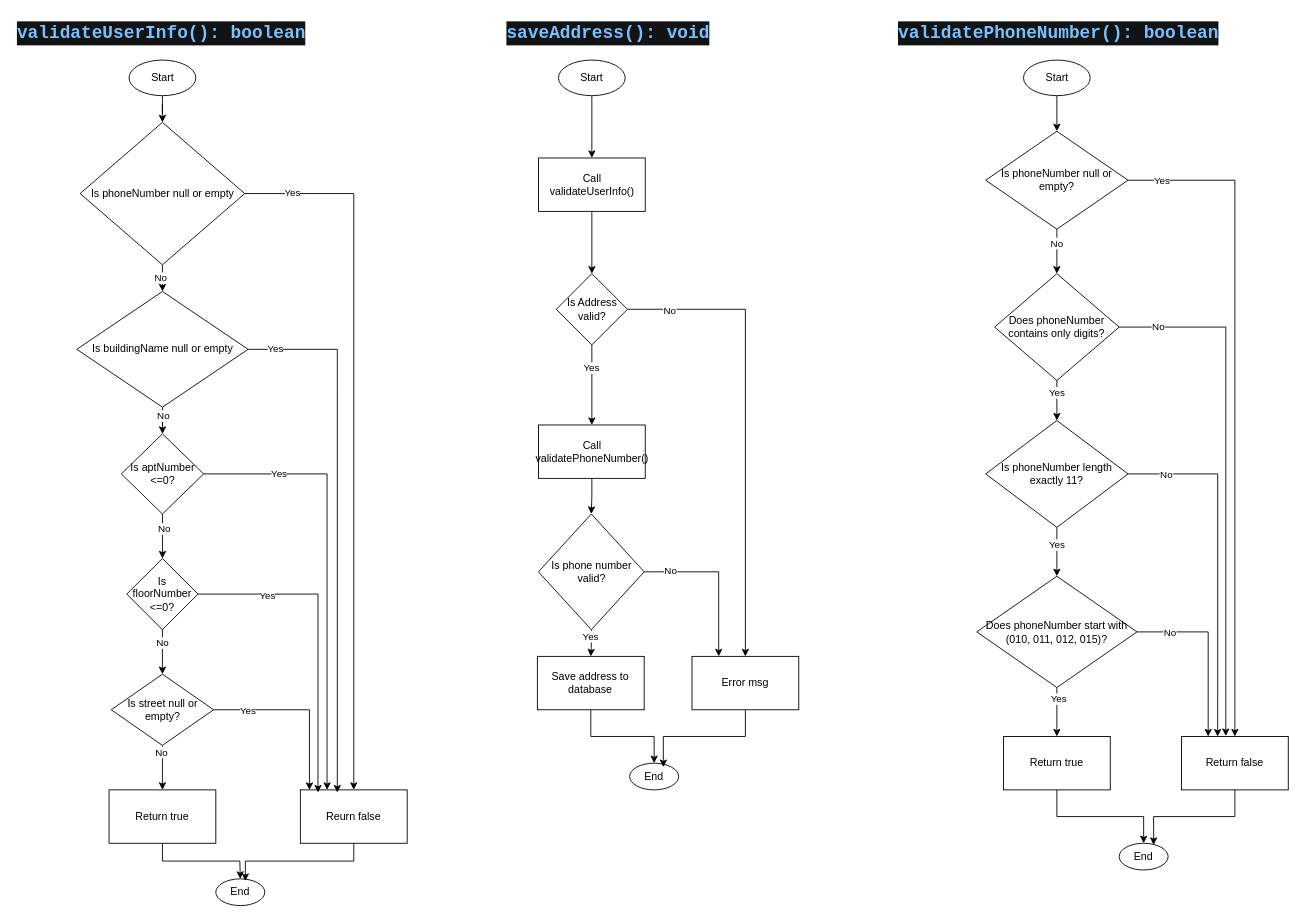
YousefFawzy2222/QA-Workshop keeps this draw.io diagram as designs/flow-charts/FA-FC-Address.drawio. Above is the earlier version. Source tidied: cells renumbered, new cells numbered last; positions are measured from the earlier drawing's top-left corner, leaving out a move shared by most shapes. Both pictures are drawn from the tidied source at 89%, with x=0, y=0 at pixel (15, 15).
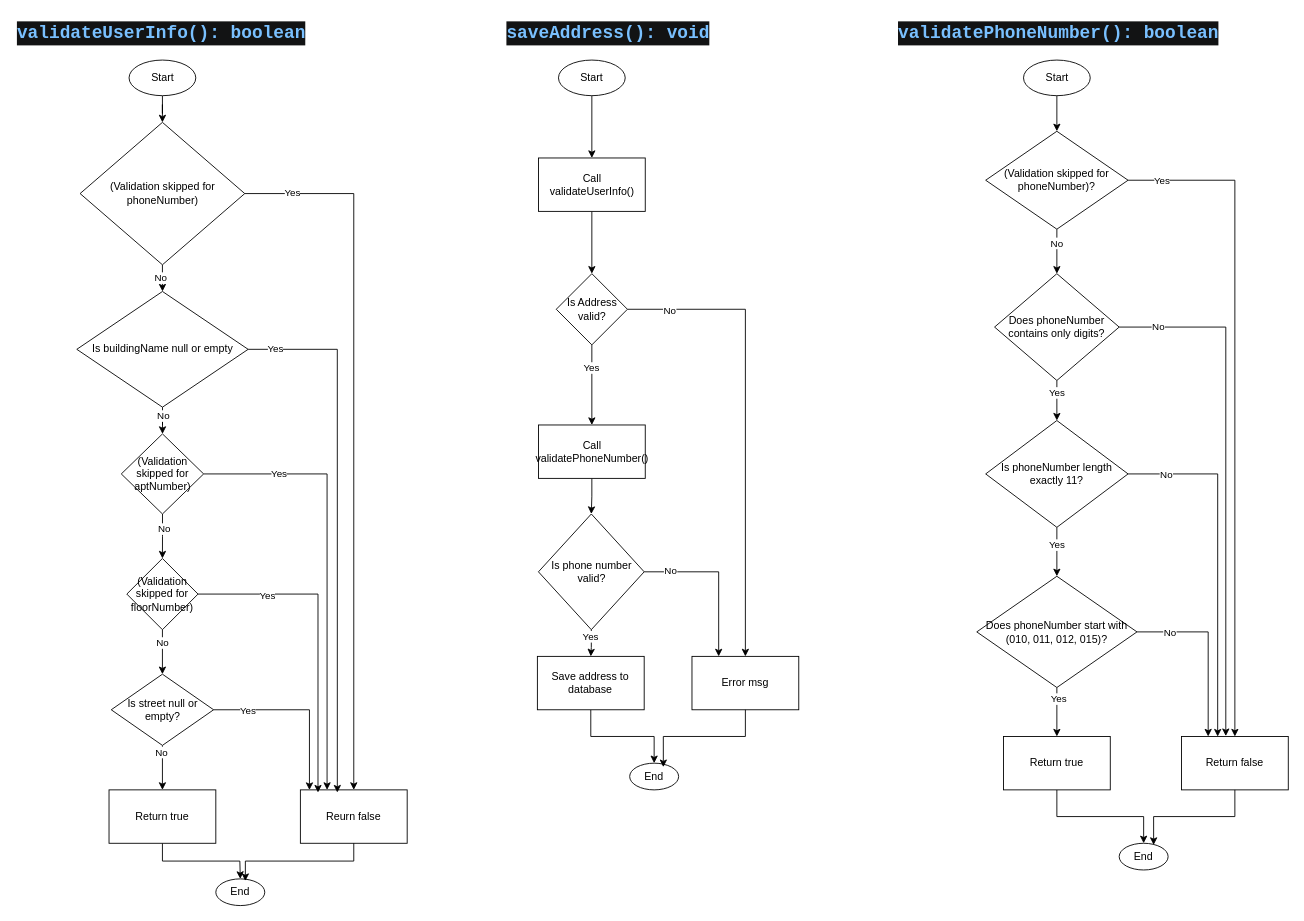
The same page after the edit.

What changed in the source:
```diff
@@
-    <mxCell id="9" value="Is phoneNumber null or empty" style="rhombus;whiteSpace=wrap;html=1;" parent="1" vertex="1">
+    <mxCell id="9" value="(Validation skipped for phoneNumber)" style="rhombus;whiteSpace=wrap;html=1;" parent="1" vertex="1">
       <mxGeometry x="72.5" y="120" width="185" height="160" as="geometry" />
     </mxCell>
@@
-    <mxCell id="17" value="Is aptNumber &amp;lt;=0?" style="rhombus;whiteSpace=wrap;html=1;" parent="1" vertex="1">
+    <mxCell id="17" value="(Validation skipped for aptNumber)" style="rhombus;whiteSpace=wrap;html=1;" parent="1" vertex="1">
       <mxGeometry x="118.8" y="470" width="92.5" height="90" as="geometry" />
     </mxCell>
@@
-    <mxCell id="20" value="Is floorNumber &amp;lt;=0?" style="rhombus;whiteSpace=wrap;html=1;" parent="1" vertex="1">
+    <mxCell id="20" value="(Validation skipped for floorNumber)" style="rhombus;whiteSpace=wrap;html=1;" parent="1" vertex="1">
       <mxGeometry x="125" y="610" width="80" height="80" as="geometry" />
     </mxCell>
@@
-    <mxCell id="64" value="Is phoneNumber null or empty?" style="rhombus;whiteSpace=wrap;html=1;" parent="1" vertex="1">
+    <mxCell id="64" value="(Validation skipped for phoneNumber)?" style="rhombus;whiteSpace=wrap;html=1;" parent="1" vertex="1">
       <mxGeometry x="1090" y="130" width="160" height="110" as="geometry" />
     </mxCell>
```
